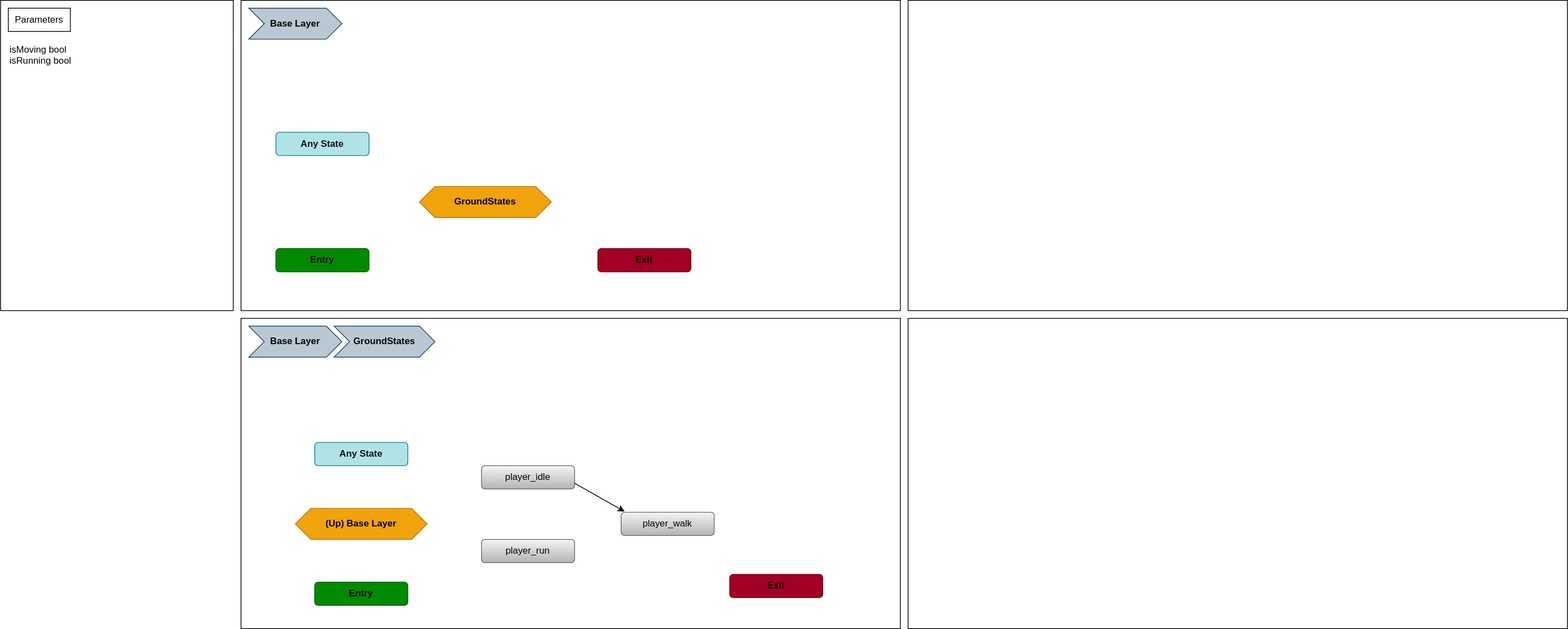
Above: Unity2DPlatformerAnimator.drawio.svg in 4mirul/diagrams (draw.io), before the change. Source tidied: cells renumbered, new cells last; positions are measured from the earlier drawing's top-left corner, leaving out a move shared by most shapes.
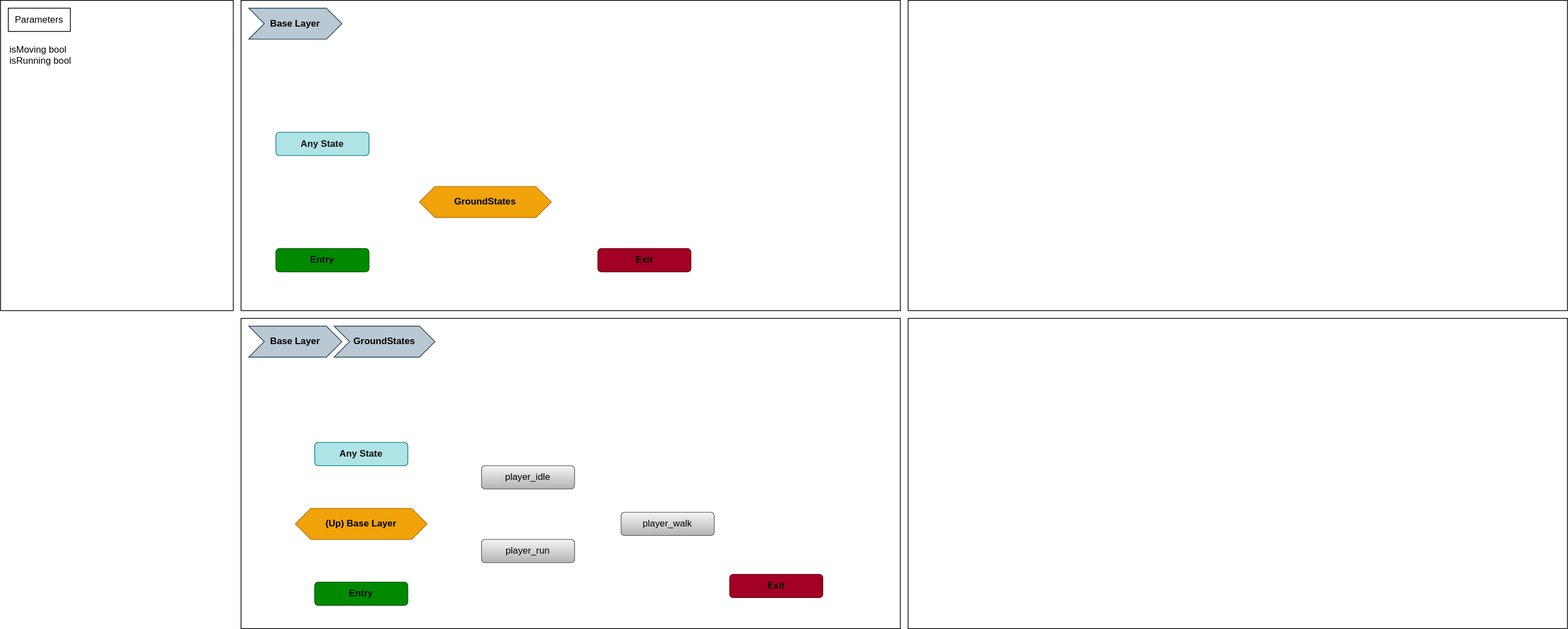
Above is the later version.

What changed in the source:
```diff
@@ -62,9 +62,6 @@
     <mxCell id="21" value="Parameters" style="rounded=0;whiteSpace=wrap;html=1;" parent="1" vertex="1">
       <mxGeometry x="10" y="10" width="80" height="30" as="geometry" />
     </mxCell>
-    <mxCell id="22" style="endArrow=classic;html=1;rounded=0;entryX=0.037;entryY=-0.03;entryDx=0;entryDy=0;entryPerimeter=0;exitX=1;exitY=0.75;exitDx=0;exitDy=0;" parent="1" edge="1" source="7" target="6">
-      <mxGeometry relative="1" as="geometry" />
-    </mxCell>
     <mxCell id="23" value="isMoving bool&lt;br&gt;isRunning bool" style="text;html=1;strokeColor=none;fillColor=none;align=left;verticalAlign=top;whiteSpace=wrap;rounded=0;" parent="1" vertex="1">
       <mxGeometry x="10" y="50" width="280" height="340" as="geometry" />
     </mxCell>
```
